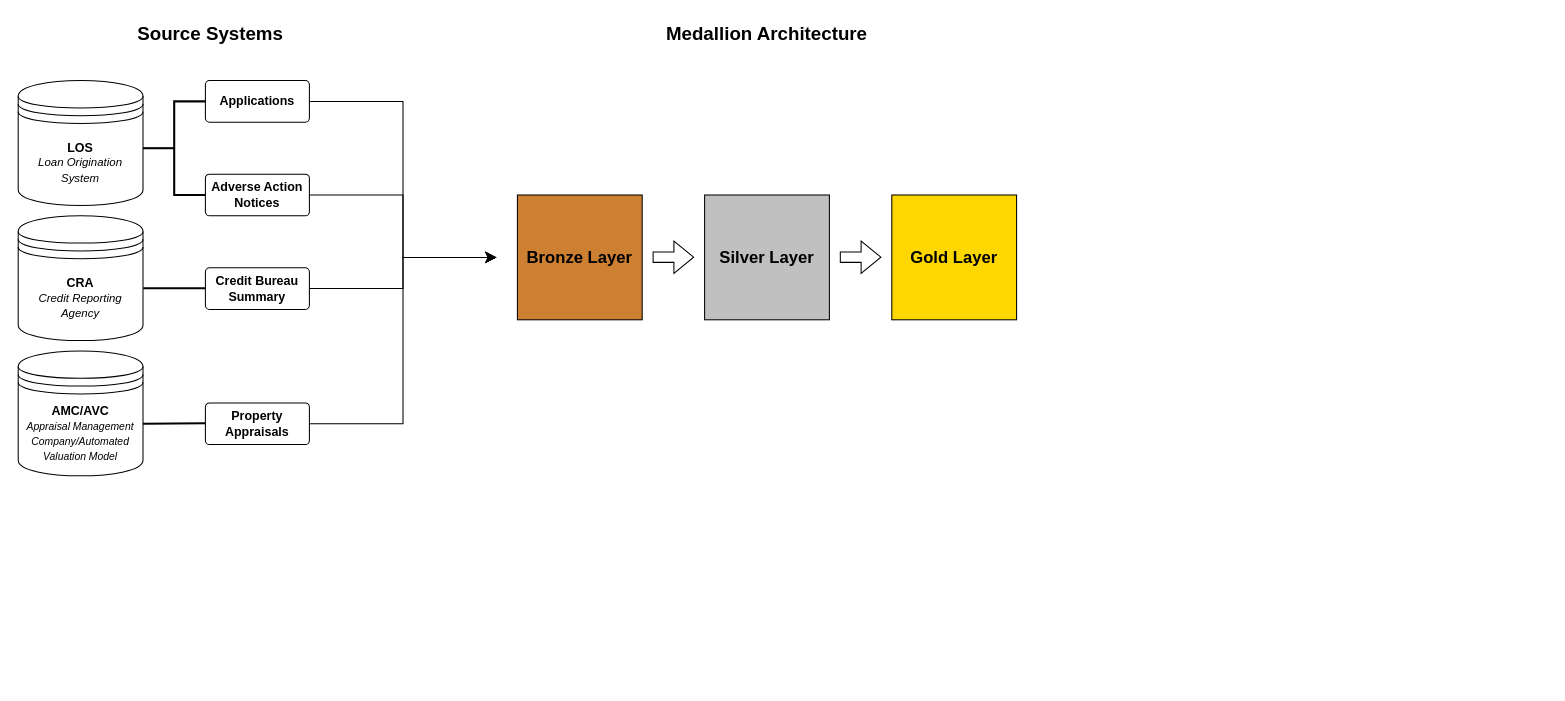
Above: DataFlow.drawio in eericson2005/Mortgage-Analysis-Data-Contract (draw.io), before the change. Source tidied: cells renumbered, new cells numbered last; positions are measured from the earlier drawing's top-left corner, leaving out a move shared by most shapes. Both pictures are drawn from the tidied source at 104%, with x=0, y=0 at pixel (18, 18).
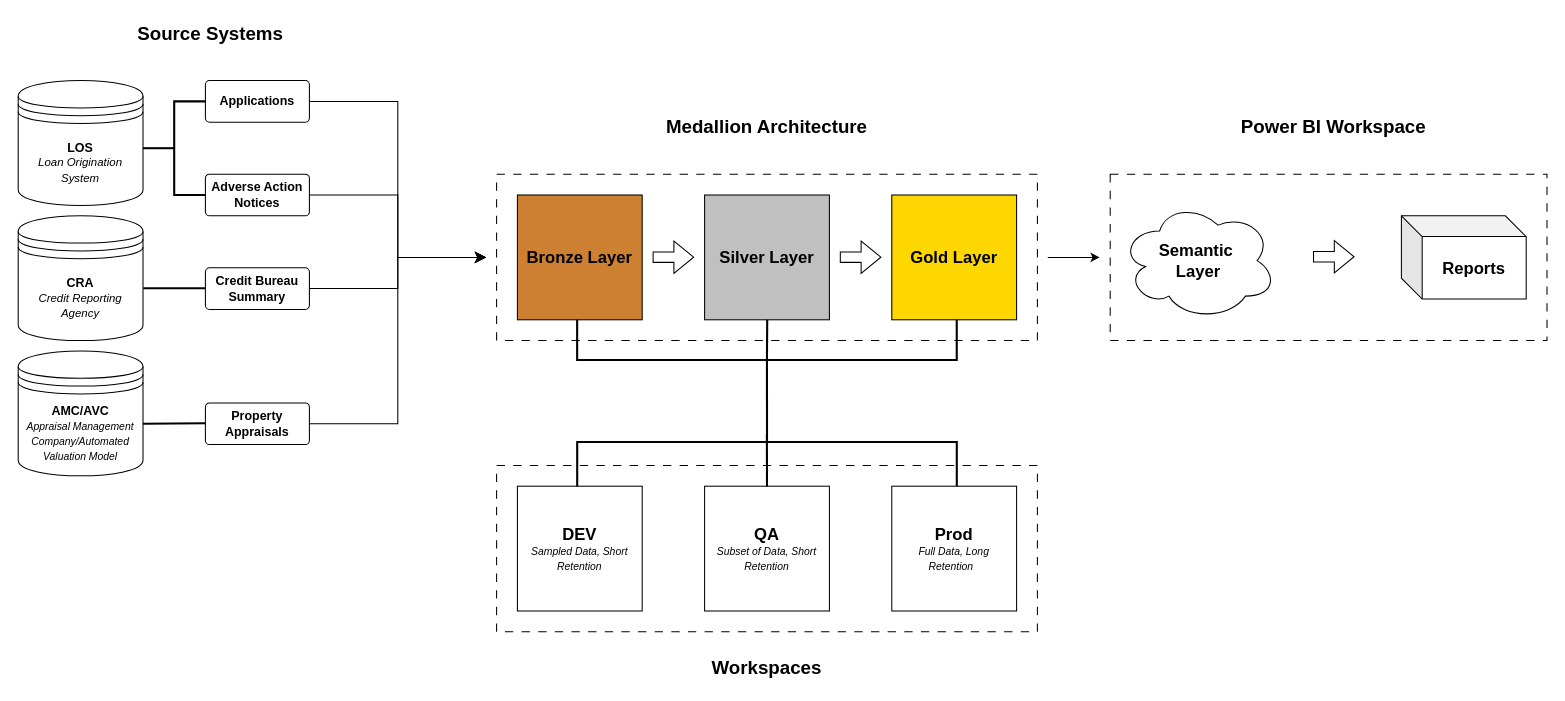
The same page after the edit.

Diff of the diagram source:
```diff
@@
+    <mxCell id="23" style="rounded=0;whiteSpace=wrap;html=1;fillColor=none;dashed=1;dashPattern=8 8;" parent="1" vertex="1">
+      <mxGeometry x="1050" y="150" width="420" height="160" as="geometry" />
+    </mxCell>
+    <mxCell id="24" style="rounded=0;whiteSpace=wrap;html=1;fillColor=none;dashed=1;dashPattern=8 8;" parent="1" vertex="1">
+      <mxGeometry x="460" y="430" width="520" height="160" as="geometry" />
+    </mxCell>
+    <mxCell id="25" style="rounded=0;whiteSpace=wrap;html=1;fillColor=none;dashed=1;dashPattern=8 8;" parent="1" vertex="1">
+      <mxGeometry x="460" y="150" width="520" height="160" as="geometry" />
+    </mxCell>
@@
     <mxCell id="12" style="edgeStyle=elbowEdgeStyle;elbow=horizontal;endArrow=classic;html=1;curved=0;rounded=0;endSize=8;startSize=8;" parent="1" edge="1">
       <mxGeometry relative="1" as="geometry">
         <mxPoint x="280" y="390" as="sourcePoint" />
-        <mxPoint x="460" y="230" as="targetPoint" />
+        <mxPoint x="450" y="230" as="targetPoint" />
       </mxGeometry>
     </mxCell>
     <mxCell id="13" style="edgeStyle=elbowEdgeStyle;elbow=horizontal;endArrow=classic;html=1;curved=0;rounded=0;endSize=8;startSize=8;" parent="1" edge="1">
       <mxGeometry relative="1" as="geometry">
         <mxPoint x="280" y="260" as="sourcePoint" />
-        <mxPoint x="460" y="230" as="targetPoint" />
+        <mxPoint x="450" y="230" as="targetPoint" />
       </mxGeometry>
     </mxCell>
     <mxCell id="14" style="edgeStyle=elbowEdgeStyle;elbow=horizontal;endArrow=classic;html=1;curved=0;rounded=0;endSize=8;startSize=8;" parent="1" edge="1">
       <mxGeometry relative="1" as="geometry">
         <mxPoint x="280" y="170" as="sourcePoint" />
-        <mxPoint x="460" y="230" as="targetPoint" />
+        <mxPoint x="450" y="230" as="targetPoint" />
       </mxGeometry>
     </mxCell>
     <mxCell id="15" style="edgeStyle=elbowEdgeStyle;elbow=horizontal;endArrow=classic;html=1;curved=0;rounded=0;endSize=8;startSize=8;" parent="1" edge="1">
       <mxGeometry relative="1" as="geometry">
         <mxPoint x="280" y="80" as="sourcePoint" />
-        <mxPoint x="460" y="230" as="targetPoint" />
+        <mxPoint x="450" y="230" as="targetPoint" />
       </mxGeometry>
     </mxCell>
@@
     <mxCell id="21" value="&lt;font style=&quot;font-size: 18px;&quot;&gt;&lt;b&gt;Medallion Architecture&lt;/b&gt;&lt;/font&gt;" style="text;html=1;align=center;verticalAlign=middle;whiteSpace=wrap;rounded=0;" parent="1" vertex="1">
-      <mxGeometry x="615" width="210" height="30" as="geometry" />
+      <mxGeometry x="615" y="90" width="210" height="30" as="geometry" />
     </mxCell>
@@
+    <mxCell id="26" value="&lt;font style=&quot;font-size: 16px;&quot;&gt;&lt;b&gt;DEV&lt;/b&gt;&lt;/font&gt;&lt;div&gt;&lt;font size=&quot;1&quot; style=&quot;&quot;&gt;&lt;i style=&quot;&quot;&gt;Sampled Data, Short Retention&lt;/i&gt;&lt;/font&gt;&lt;/div&gt;" style="whiteSpace=wrap;html=1;" parent="1" vertex="1">
+      <mxGeometry x="480" y="450" width="120" height="120" as="geometry" />
+    </mxCell>
+    <mxCell id="27" value="&lt;font style=&quot;font-size: 18px;&quot;&gt;&lt;b&gt;Workspaces&lt;/b&gt;&lt;/font&gt;" style="text;html=1;align=center;verticalAlign=middle;whiteSpace=wrap;rounded=0;" parent="1" vertex="1">
+      <mxGeometry x="615" y="610" width="210" height="30" as="geometry" />
+    </mxCell>
+    <mxCell id="28" value="&lt;b&gt;&lt;font style=&quot;font-size: 16px;&quot;&gt;QA&lt;/font&gt;&lt;/b&gt;&lt;div&gt;&lt;font style=&quot;font-size: 10px;&quot;&gt;&lt;i style=&quot;&quot;&gt;Subset of Data, Short Retention&lt;/i&gt;&lt;/font&gt;&lt;/div&gt;" style="whiteSpace=wrap;html=1;" parent="1" vertex="1">
+      <mxGeometry x="660" y="450" width="120" height="120" as="geometry" />
+    </mxCell>
+    <mxCell id="29" value="&lt;font style=&quot;font-size: 16px;&quot;&gt;&lt;b style=&quot;&quot;&gt;Prod&lt;/b&gt;&lt;/font&gt;&lt;div&gt;&lt;font style=&quot;font-size: 10px;&quot;&gt;&lt;i style=&quot;&quot;&gt;Full Data, Long Retention&amp;nbsp;&amp;nbsp;&lt;/i&gt;&lt;/font&gt;&lt;/div&gt;" style="whiteSpace=wrap;html=1;" parent="1" vertex="1">
+      <mxGeometry x="840" y="450" width="120" height="120" as="geometry" />
+    </mxCell>
+    <mxCell id="30" style="strokeWidth=2;html=1;shape=mxgraph.flowchart.annotation_2;align=left;labelPosition=right;rotation=-90;" parent="1" vertex="1">
+      <mxGeometry x="681.2" y="146.2" width="77.5" height="365" as="geometry" />
+    </mxCell>
+    <mxCell id="31" style="strokeWidth=2;html=1;shape=mxgraph.flowchart.annotation_2;align=left;labelPosition=right;rotation=90;" parent="1" vertex="1">
+      <mxGeometry x="677.5" y="225" width="85" height="365" as="geometry" />
+    </mxCell>
+    <mxCell id="32" style="endArrow=none;html=1;rounded=0;exitX=0.485;exitY=0.5;exitDx=0;exitDy=0;exitPerimeter=0;strokeWidth=2;" parent="1" edge="1" source="30">
+      <mxGeometry relative="1" as="geometry">
+        <mxPoint x="720.2" y="290" as="targetPoint" />
+      </mxGeometry>
+    </mxCell>
+    <mxCell id="33" style="endArrow=none;html=1;rounded=0;exitX=1;exitY=0.5;exitDx=0;exitDy=0;exitPerimeter=0;strokeWidth=2;" parent="1" edge="1" source="31">
+      <mxGeometry relative="1" as="geometry">
+        <mxPoint x="719.9" y="400" as="targetPoint" />
+      </mxGeometry>
+    </mxCell>
+    <mxCell id="34" style="endArrow=classic;html=1;rounded=0;" parent="1" edge="1">
+      <mxGeometry relative="1" as="geometry">
+        <mxPoint x="990" y="230" as="sourcePoint" />
+        <mxPoint x="1040" y="230" as="targetPoint" />
+      </mxGeometry>
+    </mxCell>
+    <mxCell id="35" value="&lt;font style=&quot;font-size: 18px;&quot;&gt;&lt;b&gt;Power BI Workspace&lt;/b&gt;&lt;/font&gt;" style="text;html=1;align=center;verticalAlign=middle;whiteSpace=wrap;rounded=0;" parent="1" vertex="1">
+      <mxGeometry x="1160" y="90" width="210" height="30" as="geometry" />
+    </mxCell>
+    <mxCell id="36" value="&lt;b&gt;&lt;font style=&quot;font-size: 16px;&quot;&gt;Semantic&amp;nbsp;&lt;/font&gt;&lt;/b&gt;&lt;div&gt;&lt;b&gt;&lt;font style=&quot;font-size: 16px;&quot;&gt;Layer&lt;/font&gt;&lt;/b&gt;&lt;/div&gt;" style="ellipse;shape=cloud;whiteSpace=wrap;html=1;" parent="1" vertex="1">
+      <mxGeometry x="1060" y="176.2" width="150" height="113.8" as="geometry" />
+    </mxCell>
+    <mxCell id="37" style="shape=flexArrow;endArrow=classic;html=1;rounded=0;" parent="1" edge="1">
+      <mxGeometry relative="1" as="geometry">
+        <mxPoint x="1245" y="229.4" as="sourcePoint" />
+        <mxPoint x="1285" y="229.4" as="targetPoint" />
+      </mxGeometry>
+    </mxCell>
+    <mxCell id="38" value="&lt;b&gt;&lt;font style=&quot;font-size: 16px;&quot;&gt;Reports&lt;/font&gt;&lt;/b&gt;" style="shape=cube;whiteSpace=wrap;html=1;boundedLbl=1;backgroundOutline=1;darkOpacity=0.05;darkOpacity2=0.1;" parent="1" vertex="1">
+      <mxGeometry x="1330" y="190" width="120" height="80" as="geometry" />
+    </mxCell>
```
